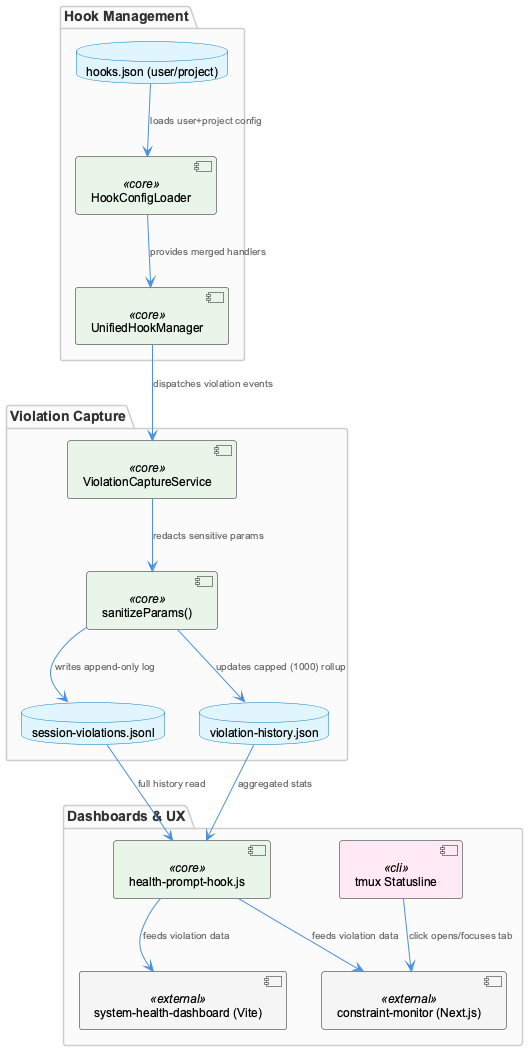
This is knowledge-management/insights/images/constraint-system-architecture.png from fwornle/coding, a PlantUML export, as it was before one commit.
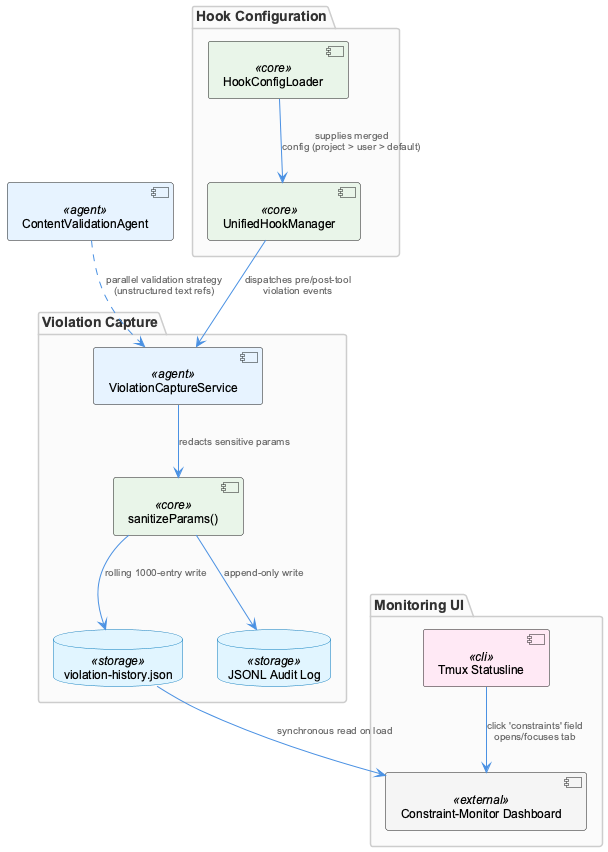
Above is the later version.

What changed in the source:
```diff
@@ -1,40 +1,32 @@
 @startuml
-!include /Users/Q284340/Agentic/coding/docs/puml/_standard-style.puml
+!include _standard-style.puml
 
-package "Hook Management" {
-  component "UnifiedHookManager" as hookmgr <<core>>
-  component "HookConfigLoader" as cfgloader <<core>>
-  database "hooks.json (user/project)" as cfgfiles
+package "Hook Configuration" {
+  component "HookConfigLoader" as config <<core>>
+  component "UnifiedHookManager" as manager <<core>>
 }
 
 package "Violation Capture" {
-  component "ViolationCaptureService" as vcs <<core>>
+  component "ViolationCaptureService" as capture <<agent>>
+  database "violation-history.json" as history <<storage>>
+  database "JSONL Audit Log" as jsonl <<storage>>
   component "sanitizeParams()" as sanitize <<core>>
-  database "session-violations.jsonl" as jsonl
-  database "violation-history.json" as rollup
 }
 
-package "Dashboards & UX" {
-  component "health-prompt-hook.js" as aggregator <<core>>
-  component "constraint-monitor (Next.js)" as constraintdash <<external>>
-  component "system-health-dashboard (Vite)" as healthdash <<external>>
-  component "tmux Statusline" as statusline <<cli>>
+package "Monitoring UI" {
+  component "Tmux Statusline" as statusline <<cli>>
+  component "Constraint-Monitor Dashboard" as dashboard <<external>>
 }
 
-cfgfiles --> cfgloader : "loads user+project config"
-cfgloader --> hookmgr : "provides merged handlers"
-hookmgr --> vcs : "dispatches violation events"
+component "ContentValidationAgent" as contentagent <<agent>>
 
-vcs --> sanitize : "redacts sensitive params"
-sanitize --> jsonl : "writes append-only log"
-sanitize --> rollup : "updates capped (1000) rollup"
-
-jsonl --> aggregator : "full history read"
-rollup --> aggregator : "aggregated stats"
-
-aggregator --> constraintdash : "feeds violation data"
-aggregator --> healthdash : "feeds violation data"
-
-statusline --> constraintdash : "click opens/focuses tab"
+config --> manager : "supplies merged\nconfig (project > user > default)"
+manager --> capture : "dispatches pre/post-tool\nviolation events"
+capture --> sanitize : "redacts sensitive params"
+sanitize --> jsonl : "append-only write"
+sanitize --> history : "rolling 1000-entry write"
+history --> dashboard : "synchronous read on load"
+statusline --> dashboard : "click 'constraints' field\nopens/focuses tab"
+contentagent ..> capture : "parallel validation strategy\n(unstructured text refs)"
 
 @enduml
```
